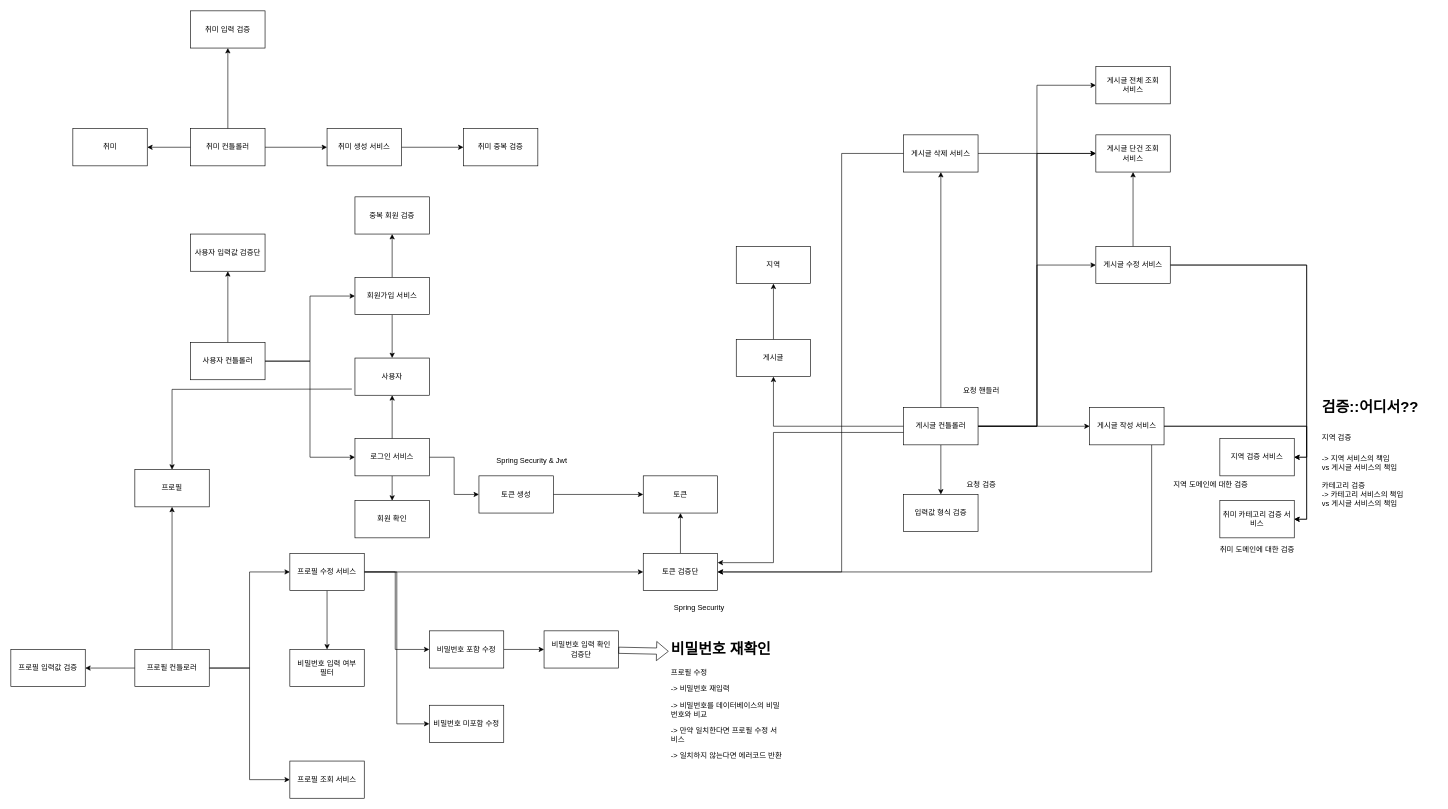
Earlier version of the draw.io diagram hobby-bungaue.drawio (vanillacake369/hobby-bungae). Source tidied: cells renumbered, new cells numbered last; positions are measured from the earlier drawing's top-left corner, leaving out a move shared by most shapes. Both pictures are drawn from the tidied source at 62%, with x=0, y=0 at pixel (11, 11).
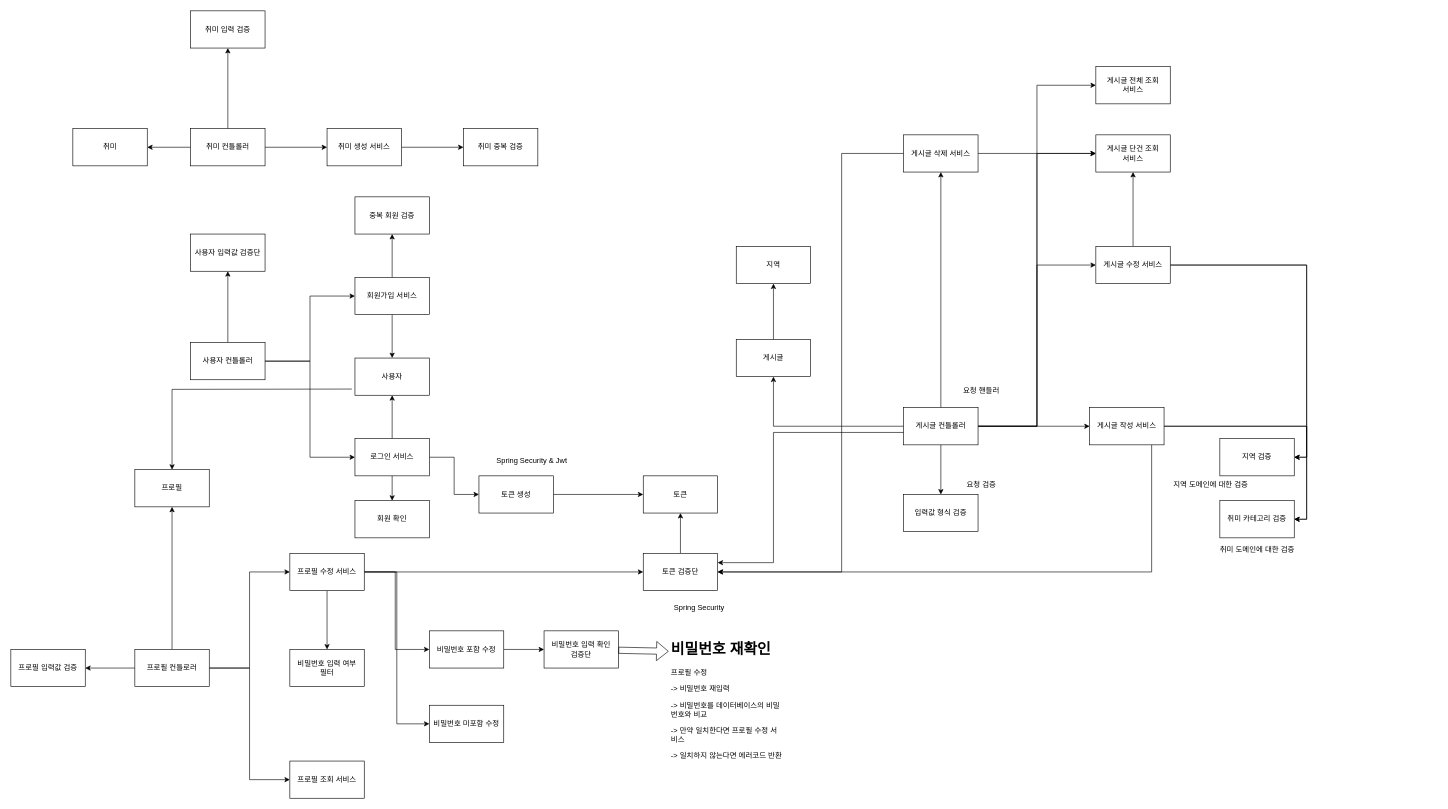
The same diagram, later.

Change to the diagram source:
```diff
@@
-    <mxCell id="20" value="취미 카테고리 검증 서비스" style="rounded=0;whiteSpace=wrap;html=1;" parent="1" vertex="1">
+    <mxCell id="20" value="취미 카테고리 검증" style="rounded=0;whiteSpace=wrap;html=1;" parent="1" vertex="1">
       <mxGeometry x="1950" y="790" width="120" height="60" as="geometry" />
     </mxCell>
@@
-    <mxCell id="74" value="&lt;h1&gt;&lt;span style=&quot;background-color: initial;&quot;&gt;검증::어디서??&lt;/span&gt;&lt;/h1&gt;&lt;h1&gt;&lt;span style=&quot;font-size: 12px; font-weight: 400;&quot;&gt;지역 검증&lt;/span&gt;&lt;/h1&gt;&lt;div&gt;&lt;span style=&quot;font-size: 12px; font-weight: 400;&quot;&gt;-&amp;gt; 지역 서비스의 책임 &lt;br&gt;vs 게시글 서비스의 책임&lt;/span&gt;&lt;/div&gt;&lt;div&gt;&lt;span style=&quot;font-size: 12px; font-weight: 400;&quot;&gt;&lt;br&gt;&lt;/span&gt;&lt;/div&gt;&lt;div&gt;&lt;span style=&quot;font-size: 12px; font-weight: 400;&quot;&gt;카테고리 검증&lt;/span&gt;&lt;/div&gt;&lt;div&gt;&lt;span style=&quot;font-size: 12px; font-weight: 400;&quot;&gt;-&amp;gt; 카테고리 서비스의 책임&lt;/span&gt;&lt;/div&gt;&lt;div&gt;&lt;span style=&quot;font-size: 12px; font-weight: 400;&quot;&gt;vs 게시글 서비스의 책임&lt;/span&gt;&lt;/div&gt;" style="text;html=1;strokeColor=none;fillColor=none;spacing=5;spacingTop=-20;whiteSpace=wrap;overflow=hidden;rounded=0;" parent="1" vertex="1">
-      <mxGeometry x="2110" y="620" width="190" height="230" as="geometry" />
-    </mxCell>
-    <mxCell id="75" value="지역 검증 서비스" style="rounded=0;whiteSpace=wrap;html=1;" parent="1" vertex="1">
+    <mxCell id="75" value="지역 검증" style="rounded=0;whiteSpace=wrap;html=1;" parent="1" vertex="1">
       <mxGeometry x="1950" y="690" width="120" height="60" as="geometry" />
     </mxCell>
```
